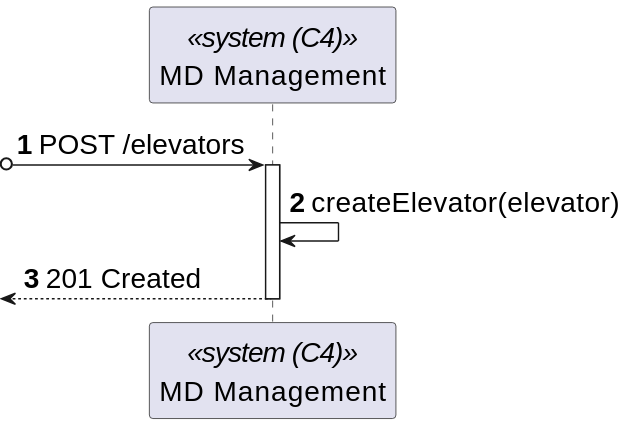
miseEnPlace-dev/lapr5 keeps this PlantUML diagram as _wiki/sprint-a/us13-270/views/level-2/assets/process-view.svg. Above is the earlier version. Source of this version:
```plantuml
@startuml
skinparamlocked defaultFontSize 20
autonumber
participant SYS as "MD Management" <<system (C4)>>


?o-> SYS : POST /elevators
activate SYS

SYS -> SYS : createElevator(elevator)
<-- SYS : 201 Created
deactivate SYS
@enduml
```
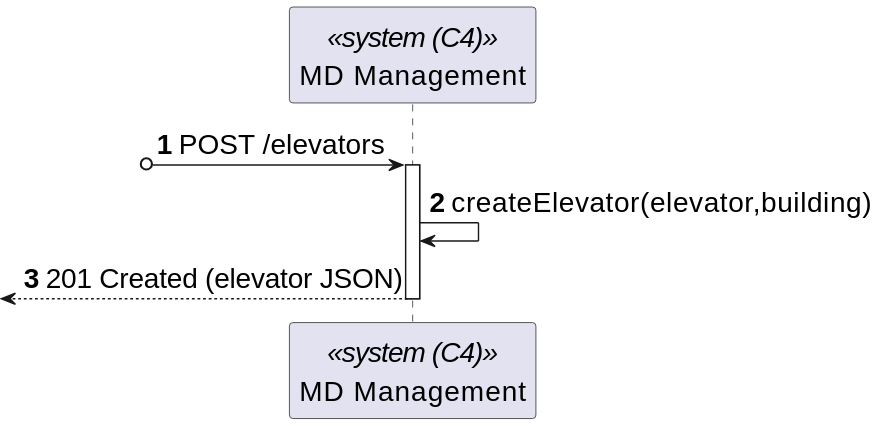
Above is the later version.

Diff of the diagram source:
```diff
@@ -1,13 +1,14 @@
 @startuml
 skinparamlocked defaultFontSize 20
 autonumber
+
 participant SYS as "MD Management" <<system (C4)>>
 
 
 ?o-> SYS : POST /elevators
 activate SYS
 
-SYS -> SYS : createElevator(elevator)
-<-- SYS : 201 Created
+SYS -> SYS : createElevator(elevator,building)
+<-- SYS : 201 Created (elevator JSON)
 deactivate SYS
 @enduml
```
